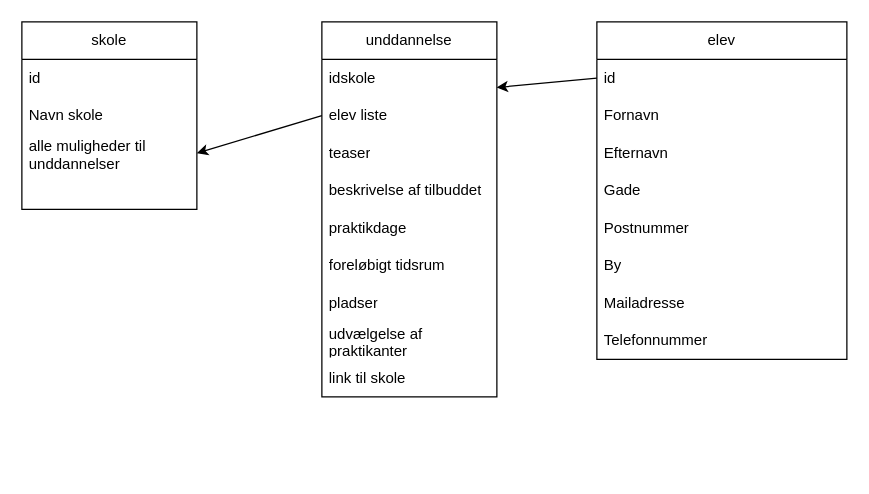
SerhiiIkin/uge43 keeps this draw.io diagram as draw/database.drawio. Above is the earlier version. Source tidied: cells renumbered, new cells numbered last; positions are measured from the earlier drawing's top-left corner, leaving out a move shared by most shapes. Both pictures are drawn from the tidied source at 125%, with x=0, y=0 at pixel (21, 21).
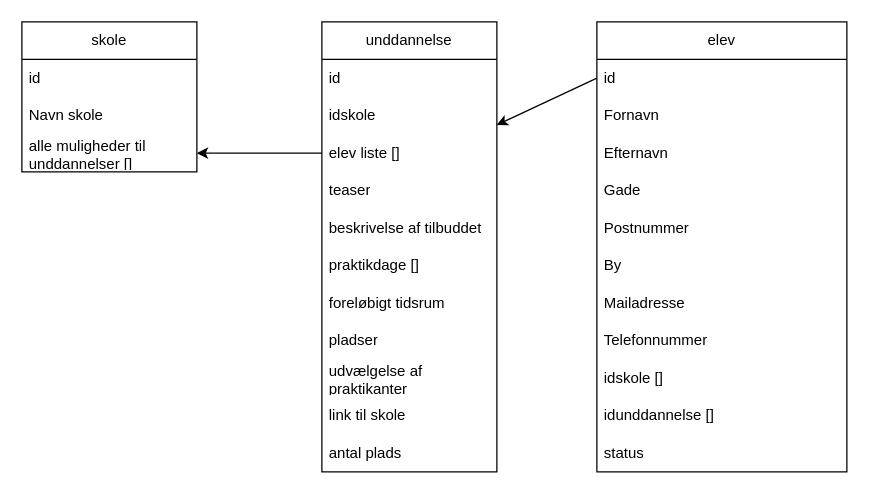
The same page after the edit.

Commit message (it also covers changes not shown here):
change database + video

Change to the diagram source:
```diff
@@
     <mxCell id="2" value="elev" style="swimlane;fontStyle=0;horizontal=1;startSize=30;whiteSpace=wrap;html=1;" parent="1" vertex="1">
-      <mxGeometry x="460" width="200" height="270" as="geometry" />
+      <mxGeometry x="460" width="200" height="360" as="geometry" />
     </mxCell>
@@
+    <mxCell id="28" value="idskole []" style="text;strokeColor=none;fillColor=none;align=left;verticalAlign=middle;spacingLeft=4;spacingRight=4;overflow=hidden;whiteSpace=wrap;html=1;" parent="2" vertex="1">
+      <mxGeometry y="270" width="200" height="30" as="geometry" />
+    </mxCell>
+    <mxCell id="29" value="idunddannelse []" style="text;strokeColor=none;fillColor=none;align=left;verticalAlign=middle;spacingLeft=4;spacingRight=4;overflow=hidden;whiteSpace=wrap;html=1;" parent="2" vertex="1">
+      <mxGeometry y="300" width="200" height="30" as="geometry" />
+    </mxCell>
+    <mxCell id="30" value="status" style="text;strokeColor=none;fillColor=none;align=left;verticalAlign=middle;spacingLeft=4;spacingRight=4;overflow=hidden;whiteSpace=wrap;html=1;" parent="2" vertex="1">
+      <mxGeometry y="330" width="200" height="30" as="geometry" />
+    </mxCell>
@@
     <mxCell id="12" value="skole" style="swimlane;fontStyle=0;horizontal=1;startSize=30;whiteSpace=wrap;html=1;" parent="1" vertex="1">
-      <mxGeometry width="140" height="150" as="geometry" />
+      <mxGeometry width="140" height="120" as="geometry" />
     </mxCell>
@@
-    <mxCell id="15" value="alle muligheder til unddannelser" style="text;strokeColor=none;fillColor=none;align=left;verticalAlign=middle;spacingLeft=4;spacingRight=4;overflow=hidden;points=[[0,0.5],[1,0.5]];portConstraint=eastwest;whiteSpace=wrap;html=1;" parent="12" vertex="1">
+    <mxCell id="15" value="alle muligheder til unddannelser []" style="text;strokeColor=none;fillColor=none;align=left;verticalAlign=middle;spacingLeft=4;spacingRight=4;overflow=hidden;points=[[0,0.5],[1,0.5]];portConstraint=eastwest;whiteSpace=wrap;html=1;" parent="12" vertex="1">
       <mxGeometry y="90" width="140" height="30" as="geometry" />
     </mxCell>
-    <mxCell id="16" style="text;strokeColor=none;fillColor=none;align=left;verticalAlign=middle;spacingLeft=4;spacingRight=4;overflow=hidden;whiteSpace=wrap;html=1;" parent="12" vertex="1">
-      <mxGeometry y="120" width="140" height="30" as="geometry" />
-    </mxCell>
     <mxCell id="17" value="unddannelse" style="swimlane;fontStyle=0;horizontal=1;startSize=30;whiteSpace=wrap;html=1;" parent="1" vertex="1">
-      <mxGeometry x="240" width="140" height="300" as="geometry" />
+      <mxGeometry x="240" width="140" height="360" as="geometry" />
     </mxCell>
+    <mxCell id="31" value="id&lt;br&gt;" style="text;strokeColor=none;fillColor=none;align=left;verticalAlign=middle;spacingLeft=4;spacingRight=4;overflow=hidden;whiteSpace=wrap;html=1;" parent="17" vertex="1">
+      <mxGeometry y="30" width="140" height="30" as="geometry" />
+    </mxCell>
     <mxCell id="18" value="idskole" style="text;strokeColor=none;fillColor=none;align=left;verticalAlign=middle;spacingLeft=4;spacingRight=4;overflow=hidden;points=[[0,0.5],[1,0.5]];portConstraint=eastwest;whiteSpace=wrap;html=1;" parent="17" vertex="1">
-      <mxGeometry y="30" width="140" height="30" as="geometry" />
+      <mxGeometry y="60" width="140" height="30" as="geometry" />
     </mxCell>
-    <mxCell id="19" value="elev liste&lt;br&gt;" style="text;strokeColor=none;fillColor=none;align=left;verticalAlign=middle;spacingLeft=4;spacingRight=4;overflow=hidden;points=[[0,0.5],[1,0.5]];portConstraint=eastwest;whiteSpace=wrap;html=1;" parent="17" vertex="1">
-      <mxGeometry y="60" width="140" height="30" as="geometry" />
+    <mxCell id="19" value="elev liste []" style="text;strokeColor=none;fillColor=none;align=left;verticalAlign=middle;spacingLeft=4;spacingRight=4;overflow=hidden;points=[[0,0.5],[1,0.5]];portConstraint=eastwest;whiteSpace=wrap;html=1;" parent="17" vertex="1">
+      <mxGeometry y="90" width="140" height="30" as="geometry" />
     </mxCell>
     <mxCell id="20" value="teaser" style="text;strokeColor=none;fillColor=none;align=left;verticalAlign=middle;spacingLeft=4;spacingRight=4;overflow=hidden;whiteSpace=wrap;html=1;" parent="17" vertex="1">
-      <mxGeometry y="90" width="140" height="30" as="geometry" />
+      <mxGeometry y="120" width="140" height="30" as="geometry" />
     </mxCell>
     <mxCell id="21" value="beskrivelse af tilbuddet" style="text;strokeColor=none;fillColor=none;align=left;verticalAlign=middle;spacingLeft=4;spacingRight=4;overflow=hidden;whiteSpace=wrap;html=1;" parent="17" vertex="1">
-      <mxGeometry y="120" width="140" height="30" as="geometry" />
+      <mxGeometry y="150" width="140" height="30" as="geometry" />
     </mxCell>
-    <mxCell id="22" value="praktikdage" style="text;strokeColor=none;fillColor=none;align=left;verticalAlign=middle;spacingLeft=4;spacingRight=4;overflow=hidden;whiteSpace=wrap;html=1;" parent="17" vertex="1">
-      <mxGeometry y="150" width="140" height="30" as="geometry" />
+    <mxCell id="22" value="praktikdage []" style="text;strokeColor=none;fillColor=none;align=left;verticalAlign=middle;spacingLeft=4;spacingRight=4;overflow=hidden;whiteSpace=wrap;html=1;" parent="17" vertex="1">
+      <mxGeometry y="180" width="140" height="30" as="geometry" />
     </mxCell>
     <mxCell id="23" value="foreløbigt tidsrum" style="text;strokeColor=none;fillColor=none;align=left;verticalAlign=middle;spacingLeft=4;spacingRight=4;overflow=hidden;whiteSpace=wrap;html=1;" parent="17" vertex="1">
-      <mxGeometry y="180" width="140" height="30" as="geometry" />
+      <mxGeometry y="210" width="140" height="30" as="geometry" />
     </mxCell>
     <mxCell id="24" value="pladser" style="text;strokeColor=none;fillColor=none;align=left;verticalAlign=middle;spacingLeft=4;spacingRight=4;overflow=hidden;whiteSpace=wrap;html=1;" parent="17" vertex="1">
-      <mxGeometry y="210" width="140" height="30" as="geometry" />
+      <mxGeometry y="240" width="140" height="30" as="geometry" />
     </mxCell>
     <mxCell id="25" value="udvælgelse af praktikanter" style="text;strokeColor=none;fillColor=none;align=left;verticalAlign=middle;spacingLeft=4;spacingRight=4;overflow=hidden;whiteSpace=wrap;html=1;" parent="17" vertex="1">
-      <mxGeometry y="240" width="140" height="30" as="geometry" />
+      <mxGeometry y="270" width="140" height="30" as="geometry" />
     </mxCell>
     <mxCell id="26" value="link til skole" style="text;strokeColor=none;fillColor=none;align=left;verticalAlign=middle;spacingLeft=4;spacingRight=4;overflow=hidden;whiteSpace=wrap;html=1;" parent="17" vertex="1">
-      <mxGeometry y="270" width="140" height="30" as="geometry" />
+      <mxGeometry y="300" width="140" height="30" as="geometry" />
     </mxCell>
+    <mxCell id="32" value="antal plads" style="text;strokeColor=none;fillColor=none;align=left;verticalAlign=middle;spacingLeft=4;spacingRight=4;overflow=hidden;whiteSpace=wrap;html=1;" parent="17" vertex="1">
+      <mxGeometry y="330" width="140" height="30" as="geometry" />
+    </mxCell>
```
